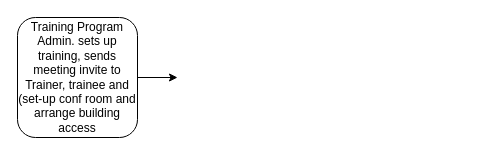
This is Training Diagram.drawio from MatzKing/share-course, a draw.io file, before an edit. Source tidied: cells renumbered, new cells numbered last; positions are measured from the earlier drawing's top-left corner, leaving out a move shared by most shapes. Both pictures are drawn from the tidied source at 100%, with x=0, y=0 at pixel (17, 17).
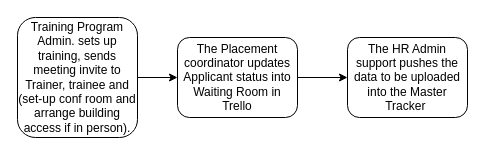
After the change.

The edit, as a diff of the source:
```diff
@@
 <mxGraphModel>
   <root>
     <mxCell id="0" />
     <mxCell id="1" parent="0" />
-    <mxCell id="2" value="Training Program Admin. sets up training, sends meeting invite to Trainer, trainee and (set-up conf room and arrange building access" style="rounded=1;whiteSpace=wrap;html=1;" parent="1" vertex="1">
+    <mxCell id="2" value="Training Program Admin. sets up training, sends meeting invite to Trainer, trainee and (set-up conf room and arrange building access if in person)." style="rounded=1;whiteSpace=wrap;html=1;" parent="1" vertex="1">
       <mxGeometry width="120" height="120" as="geometry" />
     </mxCell>
     <mxCell id="3" style="endArrow=classic;html=1;" parent="1" edge="1">
       <mxGeometry relative="1" as="geometry">
         <mxPoint x="120" y="60" as="sourcePoint" />
         <mxPoint x="160" y="60" as="targetPoint" />
       </mxGeometry>
     </mxCell>
+    <mxCell id="4" value="The Placement coordinator updates Applicant status into Waiting Room in Trello" style="rounded=1;whiteSpace=wrap;html=1;" parent="1" vertex="1">
+      <mxGeometry x="160" y="20" width="120" height="80" as="geometry" />
+    </mxCell>
+    <mxCell id="5" style="endArrow=classic;html=1;exitX=1;exitY=0.5;exitDx=0;exitDy=0;" parent="1" edge="1" source="4">
+      <mxGeometry relative="1" as="geometry">
+        <mxPoint x="330" y="60" as="targetPoint" />
+      </mxGeometry>
+    </mxCell>
+    <mxCell id="6" value="The HR Admin support pushes the data to be uploaded into the Master Tracker&amp;nbsp;" style="rounded=1;whiteSpace=wrap;html=1;" parent="1" vertex="1">
+      <mxGeometry x="330" y="20" width="120" height="80" as="geometry" />
+    </mxCell>
   </root>
 </mxGraphModel>
```
